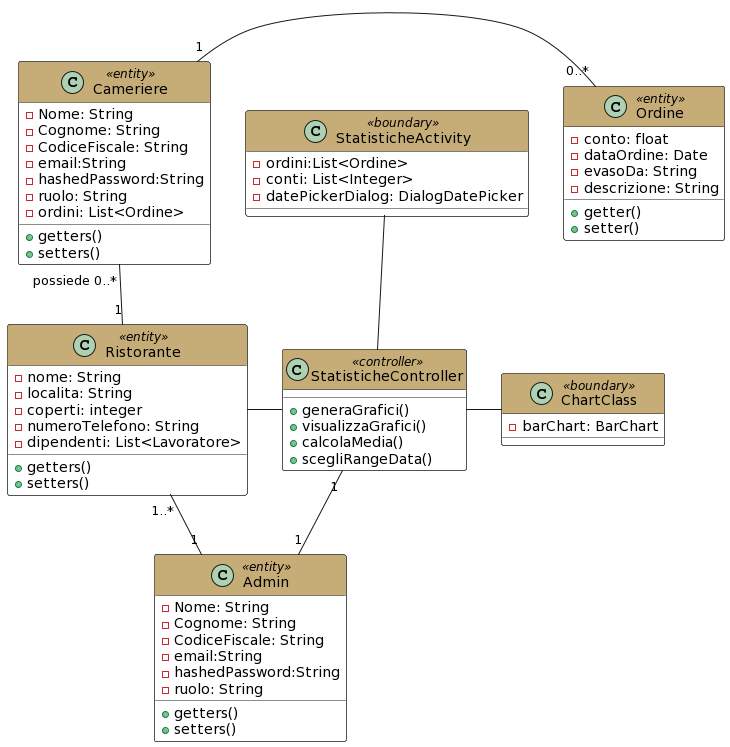
The PlantUML diagram Documentazione/assets/diagrammi/Class diagram di analisi/Gestione Stat.png in Mathieus99/RatatouilleDoc, before a commit.
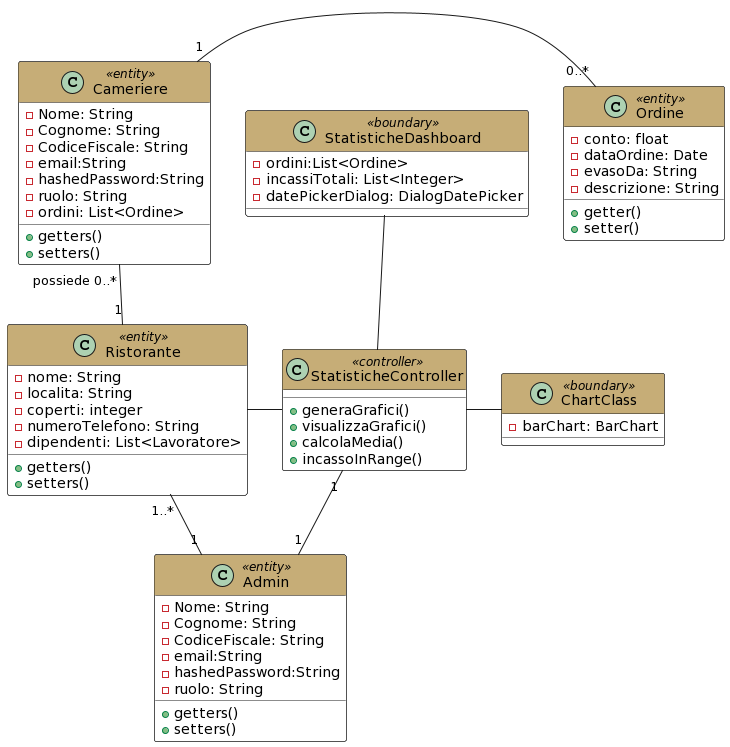
The same file after the commit.

Diff of the diagram source:
```diff
@@ -53,7 +53,7 @@
 +generaGrafici()
 +visualizzaGrafici()
 +calcolaMedia()
-+scegliRangeData()
++incassoInRange()
 }
 
 class ChartClass <<boundary>> #header:C6AD77 {
@@ -62,9 +62,9 @@
 
 
 
-class StatisticheActivity << boundary >> #header:C6AD77  {
+class StatisticheDashboard << boundary >> #header:C6AD77  {
  -ordini:List<Ordine>
- -conti: List<Integer>
+ -incassiTotali: List<Integer>
  -datePickerDialog: DialogDatePicker
 }
 
@@ -74,5 +74,5 @@
 StatisticheController -right- ChartClass
 StatisticheController "1" --  "1" Admin
 StatisticheController -left- Ristorante
-StatisticheController -up- StatisticheActivity
+StatisticheController -up- StatisticheDashboard
 @enduml
```
